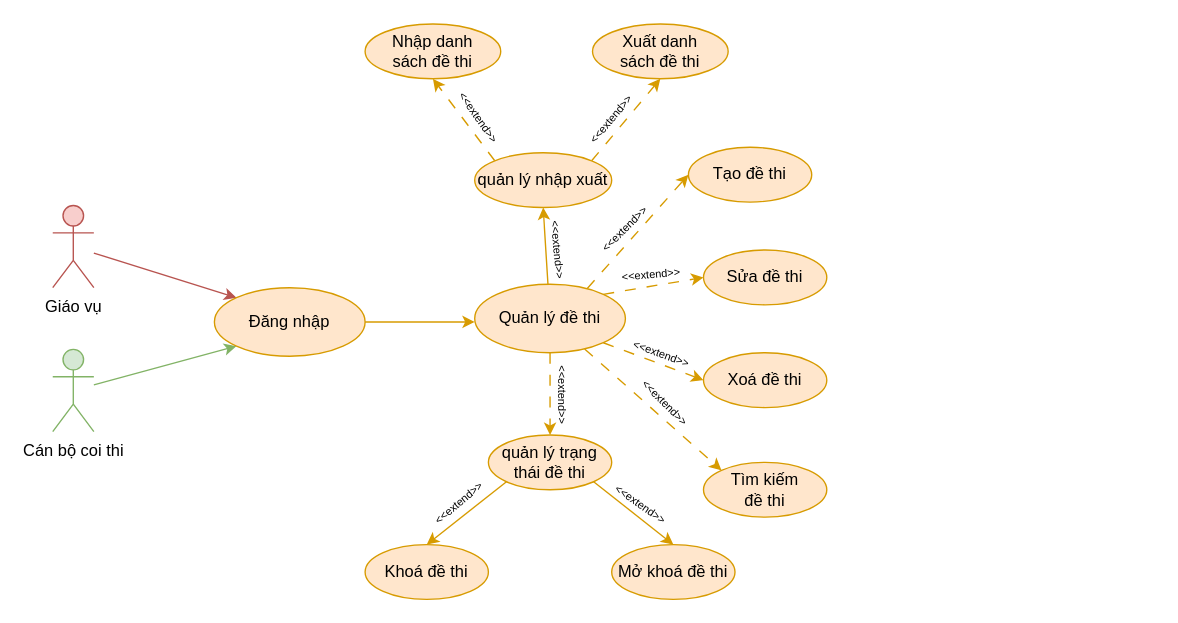
The draw.io diagram document/temp/draw/usecase_phanra/usecase_quanlydethi.drawio in copecute/Edudex-Quiz, before the edit. Source tidied: cells renumbered, new cells numbered last; positions are measured from the earlier drawing's top-left corner, leaving out a move shared by most shapes. Both pictures are drawn from the tidied source at 137%, with x=0, y=0 at pixel (52, 23).
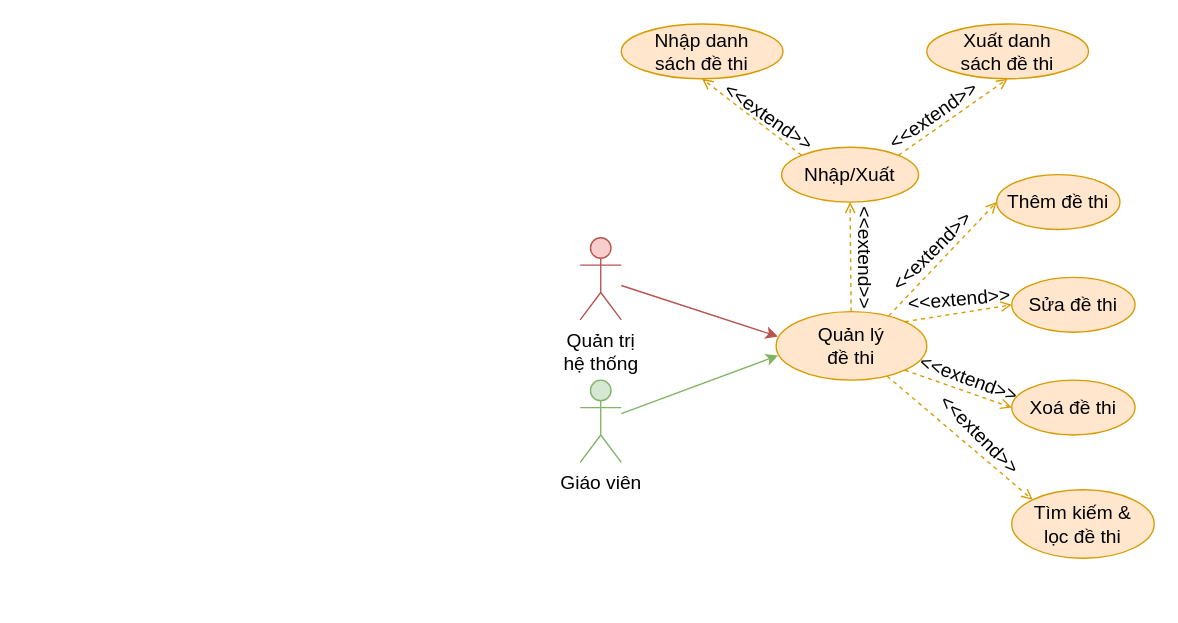
Above is the later version.

Change to the diagram source:
```diff
@@
-    <mxCell id="2" style="rounded=0;jettySize=auto;html=1;entryX=0;entryY=0;entryDx=0;entryDy=0;fillColor=#ffe6cc;strokeColor=#d79b00;dashed=1;dashPattern=8 8;" parent="1" edge="1" source="5" target="12">
-      <mxGeometry relative="1" as="geometry" />
-    </mxCell>
-    <mxCell id="3" style="edgeStyle=orthogonalEdgeStyle;rounded=0;jettySize=auto;html=1;entryX=0.5;entryY=0;entryDx=0;entryDy=0;fillColor=#ffe6cc;strokeColor=#d79b00;dashed=1;dashPattern=8 8;" parent="1" edge="1" source="5" target="19">
-      <mxGeometry relative="1" as="geometry" />
-    </mxCell>
-    <mxCell id="4" style="rounded=0;jettySize=auto;html=1;entryX=0.5;entryY=1;entryDx=0;entryDy=0;fillColor=#ffe6cc;strokeColor=#d79b00;" parent="1" edge="1" source="5" target="27">
-      <mxGeometry relative="1" as="geometry" />
-    </mxCell>
+    <mxCell id="39" style="rounded=0;jettySize=auto;html=1;entryX=0;entryY=0;entryDx=0;entryDy=0;fillColor=#ffe6cc;strokeColor=#d79b00;dashed=1;fontSize=14;endArrow=open;endFill=0;" parent="1" edge="1" source="5" target="43">
+      <mxGeometry relative="1" as="geometry" />
+    </mxCell>
+    <mxCell id="40" style="rounded=0;jettySize=auto;html=1;entryX=0.5;entryY=1;entryDx=0;entryDy=0;fillColor=#ffe6cc;strokeColor=#d79b00;dashed=1;fontSize=14;endArrow=open;endFill=0;" parent="1" edge="1" source="5" target="50">
+      <mxGeometry relative="1" as="geometry" />
+    </mxCell>
-    <mxCell id="5" value="Quản lý đề thi" style="ellipse;whiteSpace=wrap;html=1;fillColor=#ffe6cc;strokeColor=#d79b00;" parent="1" vertex="1">
-      <mxGeometry x="308" y="190" width="110" height="50" as="geometry" />
+    <mxCell id="5" value="Quản lý&lt;br&gt;đề thi" style="ellipse;whiteSpace=wrap;html=1;fillColor=#ffe6cc;strokeColor=#d79b00;fontSize=14;" parent="1" vertex="1">
+      <mxGeometry x="528" y="210" width="110" height="50" as="geometry" />
     </mxCell>
-    <mxCell id="6" style="rounded=0;jettySize=auto;html=1;entryX=0;entryY=0.5;entryDx=0;entryDy=0;fillColor=#ffe6cc;strokeColor=#d79b00;exitX=0.747;exitY=0.061;exitDx=0;exitDy=0;exitPerimeter=0;dashed=1;dashPattern=8 8;" parent="1" edge="1" source="5" target="9">
-      <mxGeometry relative="1" as="geometry" />
-    </mxCell>
+    <mxCell id="41" style="rounded=0;jettySize=auto;html=1;entryX=0;entryY=0.5;entryDx=0;entryDy=0;fillColor=#ffe6cc;strokeColor=#d79b00;exitX=0.747;exitY=0.061;exitDx=0;exitDy=0;exitPerimeter=0;dashed=1;fontSize=14;endArrow=open;endFill=0;" parent="1" edge="1" source="5" target="42">
+      <mxGeometry relative="1" as="geometry" />
+    </mxCell>
-    <mxCell id="7" style="rounded=0;jettySize=auto;html=1;entryX=0;entryY=0.5;entryDx=0;entryDy=0;fillColor=#ffe6cc;strokeColor=#d79b00;exitX=1;exitY=0;exitDx=0;exitDy=0;dashed=1;dashPattern=8 8;" parent="1" edge="1" source="5" target="10">
+    <mxCell id="7" style="rounded=0;jettySize=auto;html=1;entryX=0;entryY=0.5;entryDx=0;entryDy=0;fillColor=#ffe6cc;strokeColor=#d79b00;exitX=1;exitY=0;exitDx=0;exitDy=0;dashed=1;fontSize=14;endArrow=open;endFill=0;" parent="1" edge="1" source="5" target="10">
       <mxGeometry relative="1" as="geometry" />
     </mxCell>
-    <mxCell id="8" style="rounded=0;jettySize=auto;html=1;exitX=1;exitY=1;exitDx=0;exitDy=0;entryX=0;entryY=0.5;entryDx=0;entryDy=0;fillColor=#ffe6cc;strokeColor=#d79b00;dashed=1;dashPattern=8 8;" parent="1" edge="1" source="5" target="11">
+    <mxCell id="8" style="rounded=0;jettySize=auto;html=1;exitX=1;exitY=1;exitDx=0;exitDy=0;entryX=0;entryY=0.5;entryDx=0;entryDy=0;fillColor=#ffe6cc;strokeColor=#d79b00;dashed=1;fontSize=14;endArrow=open;endFill=0;" parent="1" edge="1" source="5" target="11">
       <mxGeometry relative="1" as="geometry" />
     </mxCell>
-    <mxCell id="9" value="Tạo đề thi" style="ellipse;whiteSpace=wrap;html=1;fillColor=#ffe6cc;strokeColor=#d79b00;" parent="1" vertex="1">
-      <mxGeometry x="464" y="90" width="90" height="40" as="geometry" />
-    </mxCell>
+    <mxCell id="42" value="Thêm đề thi" style="ellipse;whiteSpace=wrap;html=1;fillColor=#ffe6cc;strokeColor=#d79b00;fontSize=14;" parent="1" vertex="1">
+      <mxGeometry x="689" y="110" width="90" height="40" as="geometry" />
+    </mxCell>
-    <mxCell id="10" value="Sửa đề thi" style="ellipse;whiteSpace=wrap;html=1;fillColor=#ffe6cc;strokeColor=#d79b00;" parent="1" vertex="1">
-      <mxGeometry x="475" y="165" width="90" height="40" as="geometry" />
+    <mxCell id="10" value="Sửa đề thi" style="ellipse;whiteSpace=wrap;html=1;fillColor=#ffe6cc;strokeColor=#d79b00;fontSize=14;" parent="1" vertex="1">
+      <mxGeometry x="700" y="185" width="90" height="40" as="geometry" />
     </mxCell>
-    <mxCell id="11" value="Xoá đề thi" style="ellipse;whiteSpace=wrap;html=1;fillColor=#ffe6cc;strokeColor=#d79b00;" parent="1" vertex="1">
-      <mxGeometry x="475" y="240" width="90" height="40" as="geometry" />
+    <mxCell id="11" value="Xoá đề thi" style="ellipse;whiteSpace=wrap;html=1;fillColor=#ffe6cc;strokeColor=#d79b00;fontSize=14;" parent="1" vertex="1">
+      <mxGeometry x="700" y="260" width="90" height="40" as="geometry" />
     </mxCell>
-    <mxCell id="12" value="Tìm kiếm&lt;br&gt;đề thi" style="ellipse;whiteSpace=wrap;html=1;fillColor=#ffe6cc;strokeColor=#d79b00;" parent="1" vertex="1">
-      <mxGeometry x="475" y="320" width="90" height="40" as="geometry" />
-    </mxCell>
-    <mxCell id="13" value="&lt;font style=&quot;font-size: 8px;&quot;&gt;&amp;lt;&amp;lt;extend&amp;gt;&amp;gt;&lt;/font&gt;" style="text;html=1;strokeColor=none;fillColor=none;align=center;verticalAlign=middle;whiteSpace=wrap;rounded=0;rotation=-45;" parent="1" vertex="1">
-      <mxGeometry x="387" y="134" width="60" height="30" as="geometry" />
-    </mxCell>
-    <mxCell id="14" value="&lt;font style=&quot;font-size: 8px;&quot;&gt;&amp;lt;&amp;lt;extend&amp;gt;&amp;gt;&lt;/font&gt;" style="text;html=1;strokeColor=none;fillColor=none;align=center;verticalAlign=middle;whiteSpace=wrap;rounded=0;rotation=-5;" parent="1" vertex="1">
-      <mxGeometry x="407" y="167" width="60" height="30" as="geometry" />
-    </mxCell>
-    <mxCell id="15" value="&lt;font style=&quot;font-size: 8px;&quot;&gt;&amp;lt;&amp;lt;extend&amp;gt;&amp;gt;&lt;/font&gt;" style="text;html=1;strokeColor=none;fillColor=none;align=center;verticalAlign=middle;whiteSpace=wrap;rounded=0;rotation=20;" parent="1" vertex="1">
-      <mxGeometry x="415" y="225" width="60" height="30" as="geometry" />
-    </mxCell>
-    <mxCell id="16" value="&lt;font style=&quot;font-size: 8px;&quot;&gt;&amp;lt;&amp;lt;extend&amp;gt;&amp;gt;&lt;/font&gt;" style="text;html=1;strokeColor=none;fillColor=none;align=center;verticalAlign=middle;whiteSpace=wrap;rounded=0;rotation=45;" parent="1" vertex="1">
-      <mxGeometry x="418" y="261" width="60" height="30" as="geometry" />
-    </mxCell>
-    <mxCell id="17" style="rounded=0;jettySize=auto;html=1;exitX=0;exitY=1;exitDx=0;exitDy=0;entryX=0.5;entryY=0;entryDx=0;entryDy=0;fillColor=#ffe6cc;strokeColor=#d79b00;" parent="1" edge="1" source="19" target="21">
-      <mxGeometry relative="1" as="geometry" />
-    </mxCell>
-    <mxCell id="18" style="rounded=0;jettySize=auto;html=1;exitX=1;exitY=1;exitDx=0;exitDy=0;entryX=0.5;entryY=0;entryDx=0;entryDy=0;fillColor=#ffe6cc;strokeColor=#d79b00;" parent="1" edge="1" source="19" target="22">
-      <mxGeometry relative="1" as="geometry" />
-    </mxCell>
-    <mxCell id="19" value="quản lý trạng thái đề thi" style="ellipse;whiteSpace=wrap;html=1;fillColor=#ffe6cc;strokeColor=#d79b00;" parent="1" vertex="1">
-      <mxGeometry x="318" y="300" width="90" height="40" as="geometry" />
-    </mxCell>
-    <mxCell id="20" value="&lt;font style=&quot;font-size: 8px;&quot;&gt;&amp;lt;&amp;lt;extend&amp;gt;&amp;gt;&lt;/font&gt;" style="text;html=1;strokeColor=none;fillColor=none;align=center;verticalAlign=middle;whiteSpace=wrap;rounded=0;rotation=90;" parent="1" vertex="1">
-      <mxGeometry x="343" y="256" width="60" height="30" as="geometry" />
-    </mxCell>
-    <mxCell id="21" value="Khoá đề thi" style="ellipse;whiteSpace=wrap;html=1;fillColor=#ffe6cc;strokeColor=#d79b00;" parent="1" vertex="1">
-      <mxGeometry x="228" y="380" width="90" height="40" as="geometry" />
-    </mxCell>
-    <mxCell id="22" value="Mở khoá đề thi" style="ellipse;whiteSpace=wrap;html=1;fillColor=#ffe6cc;strokeColor=#d79b00;" parent="1" vertex="1">
-      <mxGeometry x="408" y="380" width="90" height="40" as="geometry" />
-    </mxCell>
-    <mxCell id="23" value="&lt;font style=&quot;font-size: 8px;&quot;&gt;&amp;lt;&amp;lt;extend&amp;gt;&amp;gt;&lt;/font&gt;" style="text;html=1;strokeColor=none;fillColor=none;align=center;verticalAlign=middle;whiteSpace=wrap;rounded=0;rotation=-40;" parent="1" vertex="1">
-      <mxGeometry x="266" y="334" width="60" height="30" as="geometry" />
-    </mxCell>
-    <mxCell id="24" value="&lt;font style=&quot;font-size: 8px;&quot;&gt;&amp;lt;&amp;lt;extend&amp;gt;&amp;gt;&lt;/font&gt;" style="text;html=1;strokeColor=none;fillColor=none;align=center;verticalAlign=middle;whiteSpace=wrap;rounded=0;rotation=35;" parent="1" vertex="1">
-      <mxGeometry x="400" y="335" width="60" height="30" as="geometry" />
-    </mxCell>
-    <mxCell id="25" style="rounded=0;jettySize=auto;html=1;exitX=0;exitY=0;exitDx=0;exitDy=0;entryX=0.5;entryY=1;entryDx=0;entryDy=0;dashed=1;dashPattern=8 8;fillColor=#ffe6cc;strokeColor=#d79b00;" parent="1" edge="1" source="27" target="30">
-      <mxGeometry relative="1" as="geometry" />
-    </mxCell>
-    <mxCell id="26" style="rounded=0;jettySize=auto;html=1;exitX=1;exitY=0;exitDx=0;exitDy=0;entryX=0.5;entryY=1;entryDx=0;entryDy=0;dashed=1;dashPattern=8 8;fillColor=#ffe6cc;strokeColor=#d79b00;" parent="1" edge="1" source="27" target="29">
-      <mxGeometry relative="1" as="geometry" />
-    </mxCell>
-    <mxCell id="27" value="quản lý nhập xuất" style="ellipse;whiteSpace=wrap;html=1;fillColor=#ffe6cc;strokeColor=#d79b00;" parent="1" vertex="1">
-      <mxGeometry x="308" y="94" width="100" height="40" as="geometry" />
-    </mxCell>
-    <mxCell id="28" value="&lt;font style=&quot;font-size: 8px;&quot;&gt;&amp;lt;&amp;lt;extend&amp;gt;&amp;gt;&lt;/font&gt;" style="text;html=1;strokeColor=none;fillColor=none;align=center;verticalAlign=middle;whiteSpace=wrap;rounded=0;rotation=85;" parent="1" vertex="1">
-      <mxGeometry x="340" y="150" width="60" height="30" as="geometry" />
-    </mxCell>
+    <mxCell id="43" value="Tìm kiếm &amp;amp;&lt;br style=&quot;font-size: 14px;&quot;&gt;lọc đề thi" style="ellipse;whiteSpace=wrap;html=1;fillColor=#ffe6cc;strokeColor=#d79b00;fontSize=14;" parent="1" vertex="1">
+      <mxGeometry x="700" y="340" width="104" height="50" as="geometry" />
+    </mxCell>
+    <mxCell id="44" value="&lt;font style=&quot;font-size: 14px;&quot;&gt;&amp;lt;&amp;lt;extend&amp;gt;&amp;gt;&lt;/font&gt;" style="text;html=1;strokeColor=none;fillColor=none;align=center;verticalAlign=middle;whiteSpace=wrap;rounded=0;rotation=-45;fontSize=14;" parent="1" vertex="1">
+      <mxGeometry x="612" y="151" width="60" height="30" as="geometry" />
+    </mxCell>
+    <mxCell id="45" value="&lt;font style=&quot;font-size: 14px;&quot;&gt;&amp;lt;&amp;lt;extend&amp;gt;&amp;gt;&lt;/font&gt;" style="text;html=1;strokeColor=none;fillColor=none;align=center;verticalAlign=middle;whiteSpace=wrap;rounded=0;rotation=-5;fontSize=14;" parent="1" vertex="1">
+      <mxGeometry x="632" y="186" width="60" height="30" as="geometry" />
+    </mxCell>
+    <mxCell id="46" value="&lt;font style=&quot;font-size: 14px;&quot;&gt;&amp;lt;&amp;lt;extend&amp;gt;&amp;gt;&lt;/font&gt;" style="text;html=1;strokeColor=none;fillColor=none;align=center;verticalAlign=middle;whiteSpace=wrap;rounded=0;rotation=20;fontSize=14;" parent="1" vertex="1">
+      <mxGeometry x="639" y="244" width="60" height="30" as="geometry" />
+    </mxCell>
+    <mxCell id="47" value="&lt;font style=&quot;font-size: 14px;&quot;&gt;&amp;lt;&amp;lt;extend&amp;gt;&amp;gt;&lt;/font&gt;" style="text;html=1;strokeColor=none;fillColor=none;align=center;verticalAlign=middle;whiteSpace=wrap;rounded=0;rotation=45;fontSize=14;" parent="1" vertex="1">
+      <mxGeometry x="647" y="285" width="60" height="30" as="geometry" />
+    </mxCell>
+    <mxCell id="48" style="rounded=0;jettySize=auto;html=1;exitX=0;exitY=0;exitDx=0;exitDy=0;dashed=1;fillColor=#ffe6cc;strokeColor=#d79b00;fontSize=14;endArrow=open;endFill=0;" parent="1" edge="1" source="50">
+      <mxGeometry relative="1" as="geometry">
+        <mxPoint x="474" y="40" as="targetPoint" />
+      </mxGeometry>
+    </mxCell>
+    <mxCell id="49" style="rounded=0;jettySize=auto;html=1;exitX=1;exitY=0;exitDx=0;exitDy=0;dashed=1;fillColor=#ffe6cc;strokeColor=#d79b00;fontSize=14;entryX=0.5;entryY=1;entryDx=0;entryDy=0;endArrow=open;endFill=0;" parent="1" edge="1" source="50" target="29">
+      <mxGeometry relative="1" as="geometry" />
+    </mxCell>
+    <mxCell id="50" value="Nhập/Xuất" style="ellipse;whiteSpace=wrap;html=1;fillColor=#ffe6cc;strokeColor=#d79b00;fontSize=14;" parent="1" vertex="1">
+      <mxGeometry x="532" y="90" width="100" height="40" as="geometry" />
+    </mxCell>
+    <mxCell id="51" value="&lt;font style=&quot;font-size: 14px;&quot;&gt;&amp;lt;&amp;lt;extend&amp;gt;&amp;gt;&lt;/font&gt;" style="text;html=1;strokeColor=none;fillColor=none;align=center;verticalAlign=middle;whiteSpace=wrap;rounded=0;rotation=90;fontSize=14;" parent="1" vertex="1">
+      <mxGeometry x="563" y="156" width="60" height="30" as="geometry" />
+    </mxCell>
+    <mxCell id="30" value="Nhập danh&lt;br style=&quot;font-size: 14px;&quot;&gt;sách đề thi" style="ellipse;whiteSpace=wrap;html=1;fillColor=#ffe6cc;strokeColor=#d79b00;fontSize=14;" parent="1" vertex="1">
+      <mxGeometry x="415" width="118" height="40" as="geometry" />
+    </mxCell>
+    <mxCell id="52" value="&lt;font style=&quot;font-size: 14px;&quot;&gt;&amp;lt;&amp;lt;extend&amp;gt;&amp;gt;&lt;/font&gt;" style="text;html=1;strokeColor=none;fillColor=none;align=center;verticalAlign=middle;whiteSpace=wrap;rounded=0;rotation=35;fontSize=14;" parent="1" vertex="1">
+      <mxGeometry x="493" y="53" width="60" height="30" as="geometry" />
+    </mxCell>
+    <mxCell id="53" value="&lt;font style=&quot;font-size: 14px;&quot;&gt;&amp;lt;&amp;lt;extend&amp;gt;&amp;gt;&lt;/font&gt;" style="text;html=1;strokeColor=none;fillColor=none;align=center;verticalAlign=middle;whiteSpace=wrap;rounded=0;rotation=-35;fontSize=14;" parent="1" vertex="1">
+      <mxGeometry x="613" y="52" width="60" height="30" as="geometry" />
+    </mxCell>
+    <mxCell id="54" style="rounded=0;jettySize=auto;html=1;entryX=0.012;entryY=0.363;entryDx=0;entryDy=0;fillColor=#f8cecc;strokeColor=#b85450;fontSize=14;entryPerimeter=0;" parent="1" edge="1" source="55" target="5">
+      <mxGeometry relative="1" as="geometry" />
+    </mxCell>
+    <mxCell id="55" value="Quản trị&lt;br&gt;hệ thống" style="shape=umlActor;verticalLabelPosition=bottom;verticalAlign=top;html=1;outlineConnect=0;fillColor=#f8cecc;strokeColor=#b85450;fontSize=14;" parent="1" vertex="1">
+      <mxGeometry x="385" y="156" width="30" height="60" as="geometry" />
+    </mxCell>
-    <mxCell id="29" value="Xuất danh&lt;br&gt;sách đề thi" style="ellipse;whiteSpace=wrap;html=1;fillColor=#ffe6cc;strokeColor=#d79b00;" parent="1" vertex="1">
-      <mxGeometry x="394" width="99" height="40" as="geometry" />
+    <mxCell id="29" value="Xuất danh&lt;br style=&quot;font-size: 14px;&quot;&gt;sách đề thi" style="ellipse;whiteSpace=wrap;html=1;fillColor=#ffe6cc;strokeColor=#d79b00;fontSize=14;" parent="1" vertex="1">
+      <mxGeometry x="638" width="118" height="40" as="geometry" />
     </mxCell>
-    <mxCell id="30" value="Nhập danh&lt;br&gt;sách đề thi" style="ellipse;whiteSpace=wrap;html=1;fillColor=#ffe6cc;strokeColor=#d79b00;" parent="1" vertex="1">
-      <mxGeometry x="228" width="99" height="40" as="geometry" />
-    </mxCell>
-    <mxCell id="31" value="&lt;font style=&quot;font-size: 8px;&quot;&gt;&amp;lt;&amp;lt;extend&amp;gt;&amp;gt;&lt;/font&gt;" style="text;html=1;strokeColor=none;fillColor=none;align=center;verticalAlign=middle;whiteSpace=wrap;rounded=0;rotation=55;" parent="1" vertex="1">
-      <mxGeometry x="282" y="53" width="60" height="30" as="geometry" />
-    </mxCell>
-    <mxCell id="32" value="&lt;font style=&quot;font-size: 8px;&quot;&gt;&amp;lt;&amp;lt;extend&amp;gt;&amp;gt;&lt;/font&gt;" style="text;html=1;strokeColor=none;fillColor=none;align=center;verticalAlign=middle;whiteSpace=wrap;rounded=0;rotation=-50;" parent="1" vertex="1">
-      <mxGeometry x="377" y="54" width="60" height="30" as="geometry" />
-    </mxCell>
-    <mxCell id="33" style="rounded=0;jettySize=auto;html=1;entryX=0;entryY=0;entryDx=0;entryDy=0;fillColor=#f8cecc;strokeColor=#b85450;" parent="1" edge="1" source="34" target="38">
-      <mxGeometry relative="1" as="geometry" />
-    </mxCell>
-    <mxCell id="34" value="Giáo vụ" style="shape=umlActor;verticalLabelPosition=bottom;verticalAlign=top;html=1;outlineConnect=0;fillColor=#f8cecc;strokeColor=#b85450;" parent="1" vertex="1">
-      <mxGeometry y="132.5" width="30" height="60" as="geometry" />
-    </mxCell>
-    <mxCell id="35" style="rounded=0;jettySize=auto;html=1;entryX=0;entryY=1;entryDx=0;entryDy=0;fillColor=#d5e8d4;strokeColor=#82b366;" parent="1" edge="1" source="36" target="38">
-      <mxGeometry relative="1" as="geometry" />
-    </mxCell>
-    <mxCell id="36" value="Cán bộ coi thi" style="shape=umlActor;verticalLabelPosition=bottom;verticalAlign=top;html=1;outlineConnect=0;fillColor=#d5e8d4;strokeColor=#82b366;" parent="1" vertex="1">
-      <mxGeometry y="237.5" width="30" height="60" as="geometry" />
-    </mxCell>
-    <mxCell id="37" style="edgeStyle=orthogonalEdgeStyle;rounded=0;jettySize=auto;html=1;entryX=0;entryY=0.5;entryDx=0;entryDy=0;fillColor=#ffe6cc;strokeColor=#d79b00;" parent="1" edge="1" source="38">
-      <mxGeometry relative="1" as="geometry">
-        <mxPoint x="308" y="217.5" as="targetPoint" />
-      </mxGeometry>
-    </mxCell>
-    <mxCell id="38" value="Đăng nhập" style="ellipse;whiteSpace=wrap;html=1;fillColor=#ffe6cc;strokeColor=#d79b00;" parent="1" vertex="1">
-      <mxGeometry x="118" y="192.5" width="110" height="50" as="geometry" />
-    </mxCell>
+    <mxCell id="56" style="rounded=0;jettySize=auto;html=1;entryX=0.014;entryY=0.639;entryDx=0;entryDy=0;fillColor=#d5e8d4;strokeColor=#82b366;entryPerimeter=0;" parent="1" edge="1" source="57" target="5">
+      <mxGeometry relative="1" as="geometry" />
+    </mxCell>
+    <mxCell id="57" value="Giáo viên" style="shape=umlActor;verticalLabelPosition=bottom;verticalAlign=top;html=1;outlineConnect=0;fillColor=#d5e8d4;strokeColor=#82b366;fontSize=14;" parent="1" vertex="1">
+      <mxGeometry x="385" y="260" width="30" height="60" as="geometry" />
+    </mxCell>
```
